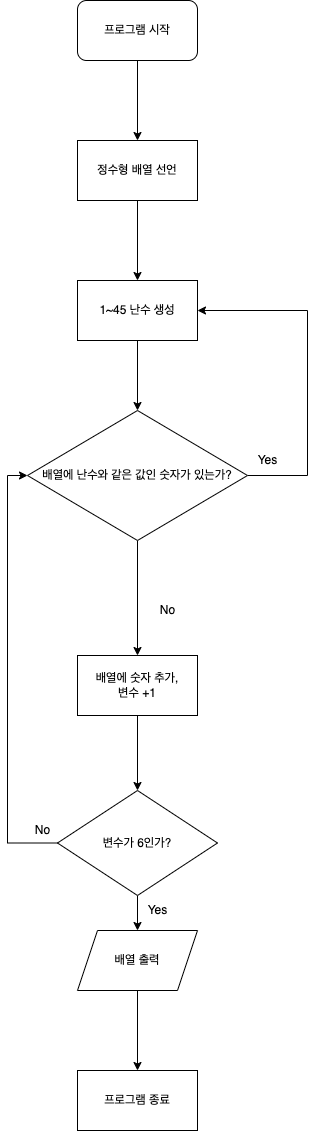
yagom-academy/swift-starter-Round2 keeps this draw.io diagram as 로또_순서도.png. Above is the earlier version. Source tidied: cells renumbered, new cells last; positions are measured from the earlier drawing's top-left corner, leaving out a move shared by most shapes. The source it was exported from:
```xml
<mxGraphModel>
  <root>
    <mxCell id="0" />
    <mxCell id="1" parent="0" />
    <mxCell id="2" style="edgeStyle=orthogonalEdgeStyle;rounded=0;jettySize=auto;html=1;" parent="1" edge="1" source="3" target="4">
      <mxGeometry relative="1" as="geometry" />
    </mxCell>
    <mxCell id="3" value="프로그램 시작" style="rounded=1;whiteSpace=wrap;html=1;" parent="1" vertex="1">
      <mxGeometry x="50" width="120" height="60" as="geometry" />
    </mxCell>
    <mxCell id="4" style="rounded=1;whiteSpace=wrap;html=1;" parent="1" vertex="1">
      <mxGeometry x="50" y="140" width="120" height="60" as="geometry" />
    </mxCell>
    <mxCell id="5" style="edgeStyle=orthogonalEdgeStyle;rounded=0;jettySize=auto;html=1;" parent="1" edge="1" source="6" target="8">
      <mxGeometry relative="1" as="geometry" />
    </mxCell>
    <mxCell id="6" value="정수형 배열 선언" style="rounded=0;whiteSpace=wrap;html=1;" parent="1" vertex="1">
      <mxGeometry x="50" y="140" width="120" height="60" as="geometry" />
    </mxCell>
    <mxCell id="7" style="edgeStyle=orthogonalEdgeStyle;rounded=0;jettySize=auto;html=1;" parent="1" edge="1" source="8" target="11">
      <mxGeometry relative="1" as="geometry" />
    </mxCell>
    <mxCell id="8" value="1~45 난수 생성" style="rounded=0;whiteSpace=wrap;html=1;" parent="1" vertex="1">
      <mxGeometry x="50" y="280" width="120" height="60" as="geometry" />
    </mxCell>
    <mxCell id="9" style="edgeStyle=orthogonalEdgeStyle;rounded=0;jettySize=auto;html=1;exitX=1;exitY=0.5;exitDx=0;exitDy=0;entryX=1;entryY=0.5;entryDx=0;entryDy=0;" parent="1" edge="1" source="11" target="8">
      <mxGeometry relative="1" as="geometry">
        <Array as="points">
          <mxPoint x="280" y="475" />
          <mxPoint x="280" y="310" />
        </Array>
      </mxGeometry>
    </mxCell>
    <mxCell id="10" style="edgeStyle=orthogonalEdgeStyle;rounded=0;jettySize=auto;html=1;" parent="1" edge="1" source="11" target="14">
      <mxGeometry relative="1" as="geometry" />
    </mxCell>
    <mxCell id="11" value="배열에 난수와 같은 값인 숫자가 있는가?" style="rhombus;whiteSpace=wrap;html=1;rounded=0;" parent="1" vertex="1">
      <mxGeometry y="410" width="220" height="130" as="geometry" />
    </mxCell>
    <mxCell id="12" value="Yes" style="text;html=1;align=center;verticalAlign=middle;fillColor=none;strokeColor=none;rounded=0;" parent="1" vertex="1">
      <mxGeometry x="220" y="450" width="40" height="20" as="geometry" />
    </mxCell>
    <mxCell id="13" style="edgeStyle=orthogonalEdgeStyle;rounded=0;jettySize=auto;html=1;" parent="1" edge="1" source="14" target="18">
      <mxGeometry relative="1" as="geometry" />
    </mxCell>
    <mxCell id="14" value="배열에 숫자 추가,&lt;br&gt;변수 +1" style="whiteSpace=wrap;html=1;rounded=0;" parent="1" vertex="1">
      <mxGeometry x="50" y="655" width="120" height="60" as="geometry" />
    </mxCell>
    <mxCell id="15" value="No" style="text;html=1;align=center;verticalAlign=middle;fillColor=none;strokeColor=none;rounded=0;" parent="1" vertex="1">
      <mxGeometry x="125" y="600" width="30" height="20" as="geometry" />
    </mxCell>
    <mxCell id="16" style="edgeStyle=orthogonalEdgeStyle;rounded=0;jettySize=auto;html=1;exitX=0;exitY=0.5;exitDx=0;exitDy=0;entryX=0;entryY=0.5;entryDx=0;entryDy=0;" parent="1" edge="1" source="18" target="11">
      <mxGeometry relative="1" as="geometry" />
    </mxCell>
    <mxCell id="17" style="edgeStyle=orthogonalEdgeStyle;rounded=0;jettySize=auto;html=1;exitX=0.5;exitY=1;exitDx=0;exitDy=0;entryX=0.5;entryY=0;entryDx=0;entryDy=0;" parent="1" edge="1" source="18" target="21">
      <mxGeometry relative="1" as="geometry" />
    </mxCell>
    <mxCell id="18" value="변수가 6인가?" style="rhombus;whiteSpace=wrap;html=1;rounded=0;" parent="1" vertex="1">
      <mxGeometry x="30" y="790" width="160" height="105" as="geometry" />
    </mxCell>
    <mxCell id="19" value="No" style="text;html=1;align=center;verticalAlign=middle;fillColor=none;strokeColor=none;rounded=0;" parent="1" vertex="1">
      <mxGeometry y="820" width="30" height="20" as="geometry" />
    </mxCell>
    <mxCell id="20" style="edgeStyle=orthogonalEdgeStyle;rounded=0;jettySize=auto;html=1;" parent="1" edge="1" source="21" target="22">
      <mxGeometry relative="1" as="geometry" />
    </mxCell>
    <mxCell id="21" value="배열 출력" style="shape=parallelogram;perimeter=parallelogramPerimeter;whiteSpace=wrap;html=1;fixedSize=1;" parent="1" vertex="1">
      <mxGeometry x="50" y="930" width="120" height="60" as="geometry" />
    </mxCell>
    <mxCell id="22" value="프로그램 종료" style="whiteSpace=wrap;html=1;" parent="1" vertex="1">
      <mxGeometry x="50" y="1070" width="120" height="60" as="geometry" />
    </mxCell>
    <mxCell id="23" value="Yes" style="text;html=1;align=center;verticalAlign=middle;fillColor=none;strokeColor=none;rounded=0;" parent="1" vertex="1">
      <mxGeometry x="110" y="900" width="40" height="20" as="geometry" />
    </mxCell>
  </root>
</mxGraphModel>
```
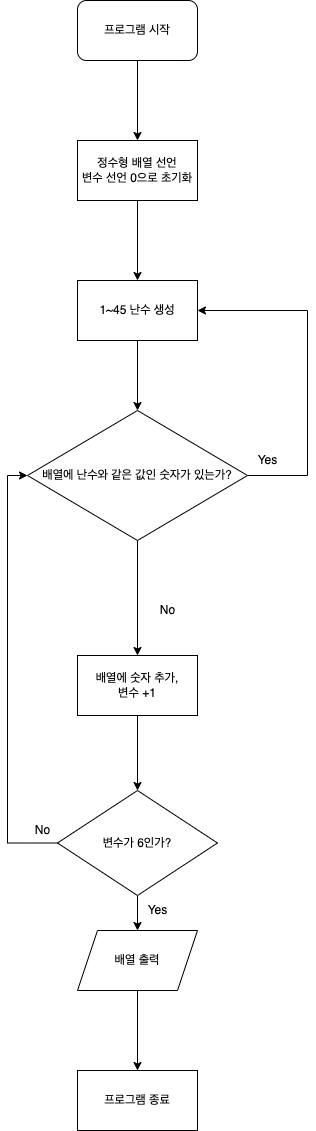
After the change.

Commit message:
2주차 step1 순서도 수정

Change to the diagram source:
```diff
@@ -14,7 +14,7 @@
     <mxCell id="5" style="edgeStyle=orthogonalEdgeStyle;rounded=0;jettySize=auto;html=1;" parent="1" edge="1" source="6" target="8">
       <mxGeometry relative="1" as="geometry" />
     </mxCell>
-    <mxCell id="6" value="정수형 배열 선언" style="rounded=0;whiteSpace=wrap;html=1;" parent="1" vertex="1">
+    <mxCell id="6" value="정수형 배열 선언&lt;br&gt;변수 선언 0으로 초기화" style="rounded=0;whiteSpace=wrap;html=1;" parent="1" vertex="1">
       <mxGeometry x="50" y="140" width="120" height="60" as="geometry" />
     </mxCell>
     <mxCell id="7" style="edgeStyle=orthogonalEdgeStyle;rounded=0;jettySize=auto;html=1;" parent="1" edge="1" source="8" target="11">
```
